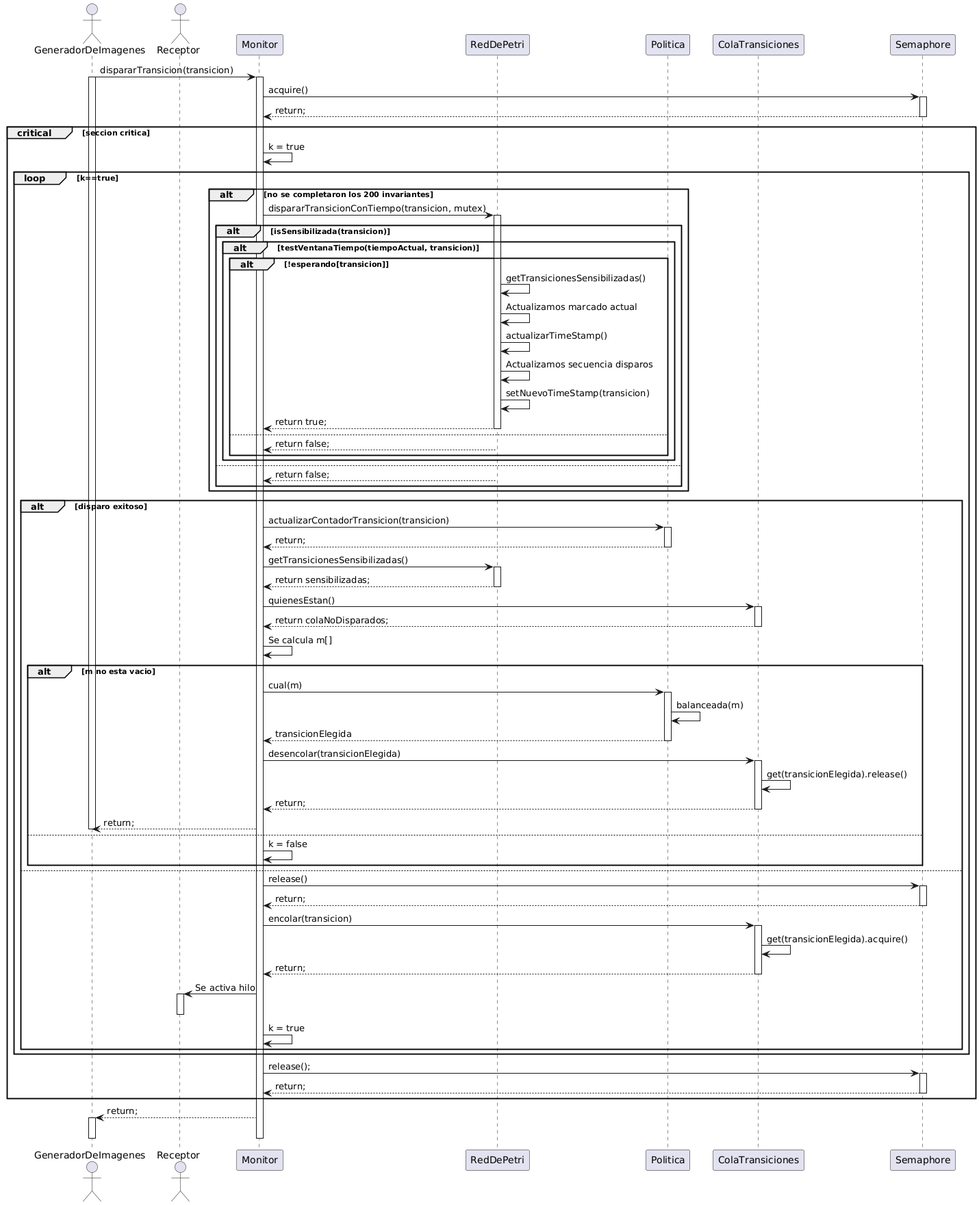
Above: docs/diagrama de secuencia.png in Lucho-rar/TrabajoFinalConcurrente (PlantUML), before the change. The source it was exported from:
```plantuml
@startuml
actor "GeneradorDeImagenes" as GeneradorDeImagenes
actor "Receptor" as Receptor

participant "Monitor" as Monitor
participant "RedDePetri" as RedDePetri
participant "Politica" as Politica
participant "ColaTransiciones" as ColaTransiciones
participant "Semaphore" as Semaphore

GeneradorDeImagenes -> Monitor: dispararTransicion(transicion)
activate GeneradorDeImagenes
activate Monitor
Monitor -> Semaphore: acquire()
activate Semaphore
Semaphore --> Monitor: return;
deactivate Semaphore
critical seccion critica
  Monitor -> Monitor: k = true
  loop k==true
    alt no se completaron los 200 invariantes
      Monitor -> RedDePetri: dispararTransicionConTiempo(transicion, mutex)
      activate RedDePetri
      alt isSensibilizada(transicion)
        alt testVentanaTiempo(tiempoActual, transicion)
          alt !esperando[transicion]
            RedDePetri -> RedDePetri: getTransicionesSensibilizadas()
            RedDePetri -> RedDePetri: Actualizamos marcado actual
            RedDePetri -> RedDePetri: actualizarTimeStamp()
            RedDePetri -> RedDePetri: Actualizamos secuencia disparos
            RedDePetri -> RedDePetri: setNuevoTimeStamp(transicion)
            RedDePetri --> Monitor: return true;
            deactivate RedDePetri
          else
            RedDePetri --> Monitor: return false;
          end
        end
      else
        RedDePetri --> Monitor: return false;
      end
    end
    alt disparo exitoso
      Monitor -> Politica: actualizarContadorTransicion(transicion)
      activate Politica
      Politica --> Monitor: return;
      deactivate Politica
      Monitor -> RedDePetri: getTransicionesSensibilizadas()
      activate  RedDePetri
      RedDePetri --> Monitor: return sensibilizadas;
      deactivate RedDePetri
      Monitor -> ColaTransiciones: quienesEstan()
      activate ColaTransiciones
      ColaTransiciones --> Monitor: return colaNoDisparados;
      deactivate ColaTransiciones
      Monitor -> Monitor: Se calcula m[]
      alt m no esta vacio
        Monitor -> Politica: cual(m)
        activate Politica
        Politica -> Politica: balanceada(m)
        Politica --> Monitor: transicionElegida
        deactivate Politica
        Monitor -> ColaTransiciones: desencolar(transicionElegida)
        activate ColaTransiciones
        ColaTransiciones -> ColaTransiciones: get(transicionElegida).release()
        ColaTransiciones --> Monitor: return;
        deactivate ColaTransiciones
        Monitor --> GeneradorDeImagenes: return;
        deactivate GeneradorDeImagenes
      else
        Monitor -> Monitor: k = false
      end
    else
      Monitor -> Semaphore: release()
      activate Semaphore
      Semaphore --> Monitor: return;
      deactivate Semaphore
      Monitor -> ColaTransiciones: encolar(transicion)
      activate ColaTransiciones
      ColaTransiciones -> ColaTransiciones: get(transicionElegida).acquire()
      ColaTransiciones --> Monitor: return;
      deactivate ColaTransiciones
      Monitor -> Receptor: Se activa hilo
      activate Receptor
      deactivate Receptor
      Monitor -> Monitor: k = true
    end
  end
    Monitor -> Semaphore: release();
    activate Semaphore
    Semaphore --> Monitor: return;
    deactivate Semaphore
end
Monitor --> GeneradorDeImagenes: return;
activate GeneradorDeImagenes
deactivate GeneradorDeImagenes
deactivate Monitor
@enduml
```
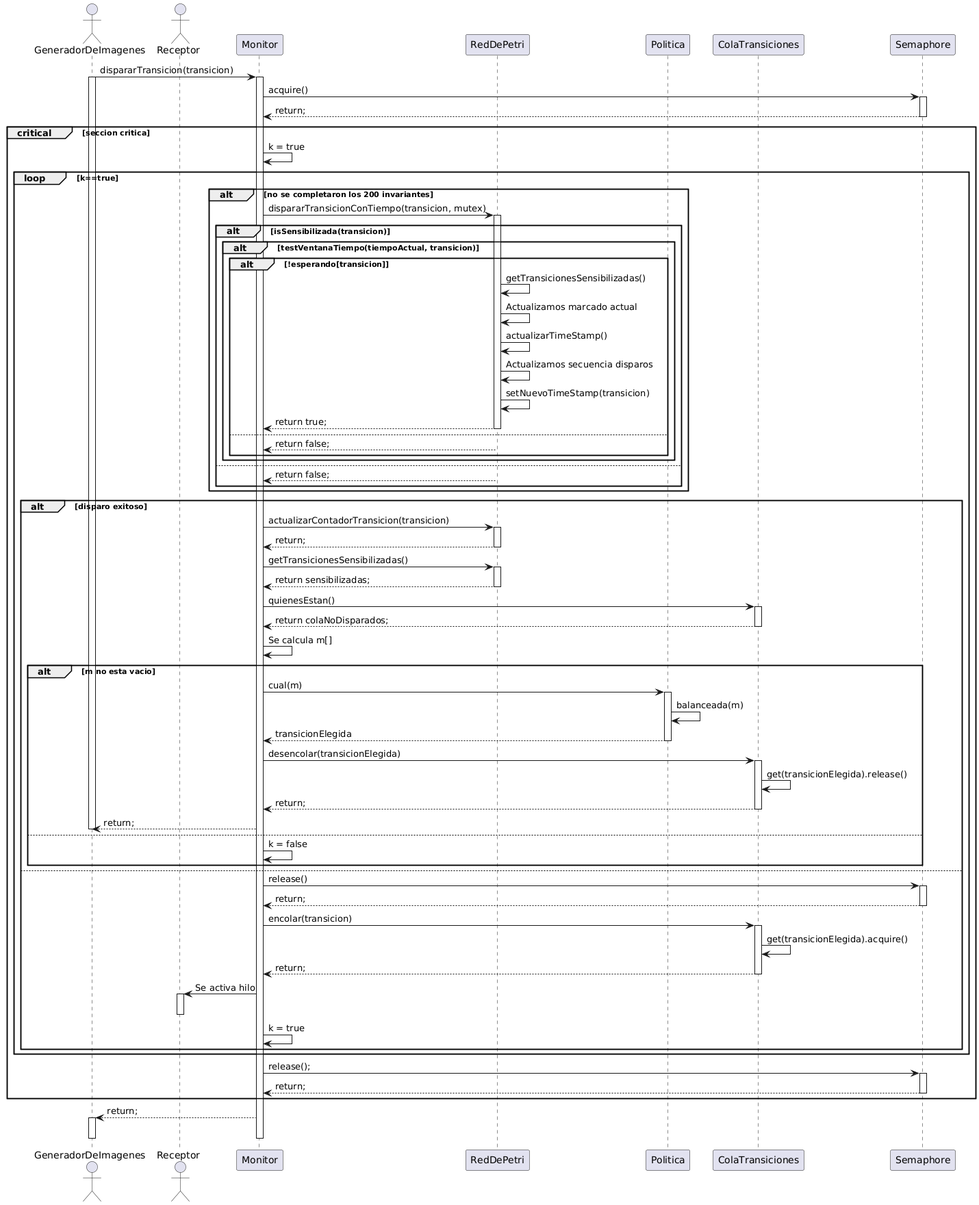
Later version of the same file.

Commit message:
correccion diagrama de secuencia

Diff of the diagram source:
```diff
@@ -40,10 +40,10 @@
       end
     end
     alt disparo exitoso
-      Monitor -> Politica: actualizarContadorTransicion(transicion)
-      activate Politica
-      Politica --> Monitor: return;
-      deactivate Politica
+      Monitor -> RedDePetri: actualizarContadorTransicion(transicion)
+      activate RedDePetri
+      RedDePetri --> Monitor: return;
+      deactivate RedDePetri
       Monitor -> RedDePetri: getTransicionesSensibilizadas()
       activate  RedDePetri
       RedDePetri --> Monitor: return sensibilizadas;
```
